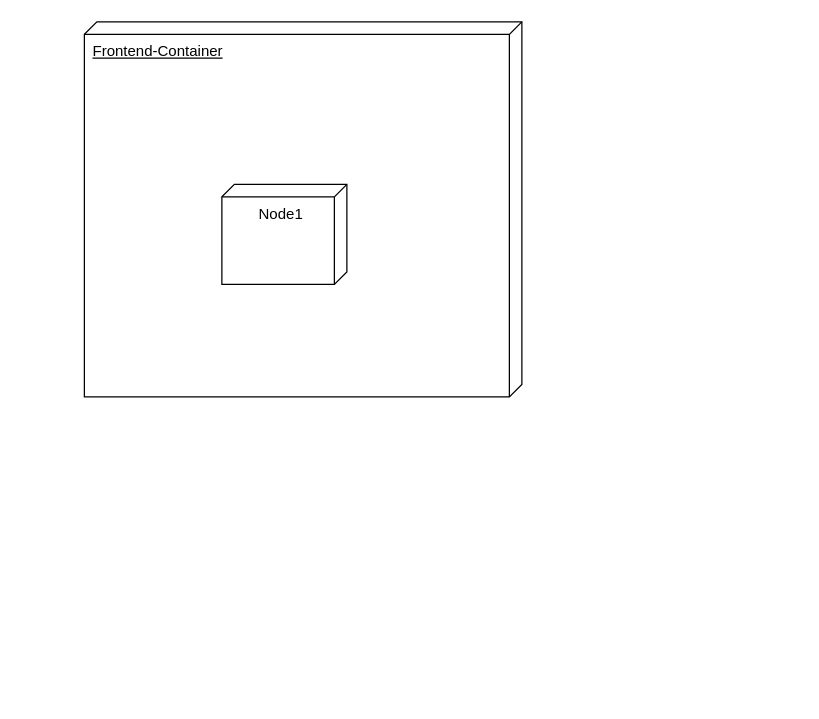
The draw.io diagram Verteilungsdiagramm.drawio in studPe/WhoAmI, before the edit. Source tidied: cells renumbered, new cells numbered last; positions are measured from the earlier drawing's top-left corner, leaving out a move shared by most shapes. Both pictures are drawn from the tidied source at 125%, with x=0, y=0 at pixel (84, 21).
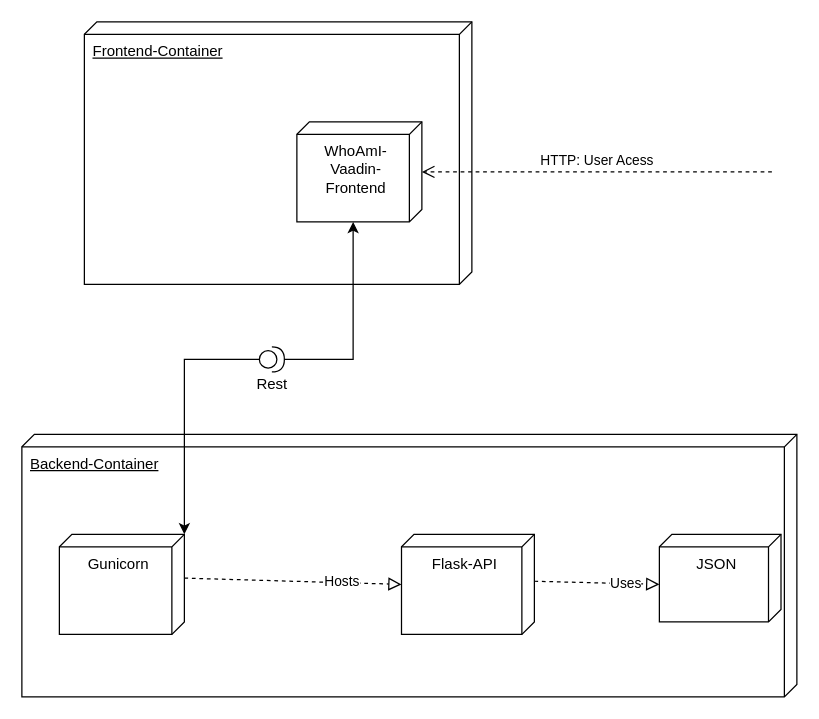
After the change.

What changed in the source:
```diff
@@
 <mxGraphModel>
   <root>
     <mxCell id="0" />
     <mxCell id="1" parent="0" />
     <mxCell id="2" value="&lt;u&gt;Frontend-Container&lt;/u&gt;" style="verticalAlign=top;align=left;shape=cube;size=10;direction=south;fontStyle=0;html=1;boundedLbl=1;spacingLeft=5;whiteSpace=wrap;" parent="1" vertex="1">
-      <mxGeometry width="350" height="300" as="geometry" />
+      <mxGeometry width="310" height="210" as="geometry" />
     </mxCell>
-    <mxCell id="3" value="Node1" style="verticalAlign=top;align=center;shape=cube;size=10;direction=south;html=1;boundedLbl=1;spacingLeft=5;whiteSpace=wrap;" parent="2" vertex="1">
+    <mxCell id="3" value="WhoAmI-Vaadin-Frontend" style="verticalAlign=top;align=center;shape=cube;size=10;direction=south;html=1;boundedLbl=1;spacingLeft=5;whiteSpace=wrap;" parent="2" vertex="1">
       <mxGeometry width="100" height="80" relative="1" as="geometry">
-        <mxPoint x="110" y="130" as="offset" />
+        <mxPoint x="170" y="80" as="offset" />
       </mxGeometry>
     </mxCell>
+    <mxCell id="4" value="&lt;u&gt;Backend-Container&lt;/u&gt;" style="verticalAlign=top;align=left;shape=cube;size=10;direction=south;fontStyle=0;html=1;boundedLbl=1;spacingLeft=5;whiteSpace=wrap;" parent="1" vertex="1">
+      <mxGeometry x="-50" y="330" width="620" height="210" as="geometry" />
+    </mxCell>
+    <mxCell id="5" value="Gunicorn" style="verticalAlign=top;align=center;shape=cube;size=10;direction=south;html=1;boundedLbl=1;spacingLeft=5;whiteSpace=wrap;" parent="4" vertex="1">
+      <mxGeometry width="100" height="80" relative="1" as="geometry">
+        <mxPoint x="30" y="80" as="offset" />
+      </mxGeometry>
+    </mxCell>
+    <mxCell id="6" value="Flask-API" style="verticalAlign=top;align=center;shape=cube;size=10;direction=south;html=1;boundedLbl=1;spacingLeft=5;whiteSpace=wrap;" parent="4" vertex="1">
+      <mxGeometry x="303.7" y="80" width="106.3" height="80" as="geometry" />
+    </mxCell>
+    <mxCell id="7" style="endArrow=block;startArrow=none;endFill=0;startFill=0;endSize=8;html=1;verticalAlign=bottom;dashed=1;labelBackgroundColor=none;rounded=0;exitX=0;exitY=0;exitDx=35;exitDy=0;exitPerimeter=0;" parent="4" edge="1" source="5">
+      <mxGeometry relative="1" as="geometry">
+        <mxPoint x="303.7" y="120" as="targetPoint" />
+      </mxGeometry>
+    </mxCell>
+    <mxCell id="8" value="Hosts" style="edgeLabel;html=1;align=center;verticalAlign=middle;" parent="7" vertex="1">
+      <mxGeometry x="0.45" y="1" relative="1" as="geometry" />
+    </mxCell>
+    <mxCell id="9" value="JSON" style="verticalAlign=top;align=center;shape=cube;size=10;direction=south;html=1;boundedLbl=1;spacingLeft=5;whiteSpace=wrap;" parent="4" vertex="1">
+      <mxGeometry x="510" y="80" width="97.3" height="70" as="geometry" />
+    </mxCell>
+    <mxCell id="10" style="endArrow=block;startArrow=none;endFill=0;startFill=0;endSize=8;html=1;verticalAlign=bottom;dashed=1;labelBackgroundColor=none;rounded=0;exitX=0;exitY=0;exitDx=35;exitDy=0;exitPerimeter=0;entryX=0;entryY=0;entryDx=40;entryDy=97.35;entryPerimeter=0;" parent="4" edge="1" target="9">
+      <mxGeometry relative="1" as="geometry">
+        <mxPoint x="410" y="117.5" as="sourcePoint" />
+      </mxGeometry>
+    </mxCell>
+    <mxCell id="11" value="Uses" style="edgeLabel;html=1;align=center;verticalAlign=middle;" parent="10" vertex="1">
+      <mxGeometry x="0.45" y="1" relative="1" as="geometry" />
+    </mxCell>
+    <mxCell id="12" value="Rest" style="shape=providedRequiredInterface;html=1;verticalLabelPosition=bottom;sketch=0;" parent="1" vertex="1">
+      <mxGeometry x="140" y="260" width="20" height="20" as="geometry" />
+    </mxCell>
+    <mxCell id="13" style="edgeStyle=orthogonalEdgeStyle;rounded=0;jettySize=auto;html=1;entryX=0;entryY=0;entryDx=80;entryDy=55;entryPerimeter=0;" parent="1" edge="1" source="12" target="3">
+      <mxGeometry relative="1" as="geometry" />
+    </mxCell>
+    <mxCell id="14" style="edgeStyle=orthogonalEdgeStyle;rounded=0;jettySize=auto;html=1;entryX=0;entryY=0;entryDx=0;entryDy=0;entryPerimeter=0;" parent="1" edge="1" source="12" target="5">
+      <mxGeometry relative="1" as="geometry" />
+    </mxCell>
+    <mxCell id="15" value="HTTP: User Acess" style="endArrow=open;startArrow=none;endFill=0;startFill=0;endSize=8;html=1;verticalAlign=bottom;dashed=1;labelBackgroundColor=none;rounded=0;" parent="1" edge="1">
+      <mxGeometry relative="1" as="geometry">
+        <mxPoint x="550" y="120" as="sourcePoint" />
+        <mxPoint x="270" y="120" as="targetPoint" />
+      </mxGeometry>
+    </mxCell>
   </root>
 </mxGraphModel>
```
